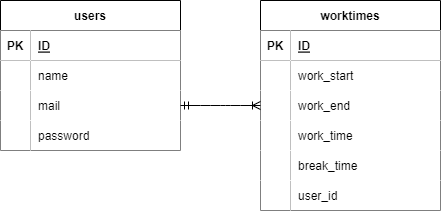
This is src/er.drawio.png from ippei-oki/junior-mock-case, a draw.io export, as it was before one commit. Source tidied: cells renumbered, new cells last; positions are measured from the earlier drawing's top-left corner, leaving out a move shared by most shapes. The source it was exported from:
```xml
<mxGraphModel>
  <root>
    <mxCell id="0" />
    <mxCell id="1" parent="0" />
    <mxCell id="2" value="users" style="shape=table;startSize=30;rowLines=0;fontStyle=1;align=center;" parent="1" vertex="1">
      <mxGeometry width="180" height="150" as="geometry" />
    </mxCell>
    <mxCell id="3" style="shape=tableRow;horizontal=0;startSize=0;swimlaneHead=0;swimlaneBody=0;fillColor=none;top=0;left=0;right=0;bottom=1;" parent="2" vertex="1">
      <mxGeometry y="30" width="180" height="30" as="geometry" />
    </mxCell>
    <mxCell id="4" value="PK" style="shape=partialRectangle;fillColor=default;top=0;left=0;bottom=0;right=0;fontStyle=1;overflow=hidden;" parent="3" vertex="1">
      <mxGeometry width="30" height="30" as="geometry" />
    </mxCell>
    <mxCell id="5" value="ID" style="shape=partialRectangle;fillColor=default;top=0;left=0;bottom=0;right=0;align=left;spacingLeft=6;fontStyle=5;overflow=hidden;" parent="3" vertex="1">
      <mxGeometry x="30" width="150" height="30" as="geometry" />
    </mxCell>
    <mxCell id="6" style="shape=tableRow;horizontal=0;startSize=0;swimlaneHead=0;swimlaneBody=0;fillColor=none;top=0;left=0;right=0;bottom=0;" parent="2" vertex="1">
      <mxGeometry y="60" width="180" height="30" as="geometry" />
    </mxCell>
    <mxCell id="7" style="shape=partialRectangle;fillColor=default;top=0;left=0;bottom=0;right=0;overflow=hidden;" parent="6" vertex="1">
      <mxGeometry width="30" height="30" as="geometry" />
    </mxCell>
    <mxCell id="8" value="name" style="shape=partialRectangle;fillColor=default;top=0;left=0;bottom=0;right=0;align=left;spacingLeft=6;overflow=hidden;" parent="6" vertex="1">
      <mxGeometry x="30" width="150" height="30" as="geometry" />
    </mxCell>
    <mxCell id="9" style="shape=tableRow;horizontal=0;startSize=0;swimlaneHead=0;swimlaneBody=0;fillColor=none;points=[[0,0.5],[1,0.5]];portConstraint=eastwest;top=0;left=0;right=0;bottom=0;" parent="2" vertex="1">
      <mxGeometry y="90" width="180" height="30" as="geometry" />
    </mxCell>
    <mxCell id="10" style="shape=partialRectangle;fillColor=default;top=0;left=0;bottom=0;right=0;overflow=hidden;" parent="9" vertex="1">
      <mxGeometry width="30" height="30" as="geometry" />
    </mxCell>
    <mxCell id="11" value="mail" style="shape=partialRectangle;fillColor=default;top=0;left=0;bottom=0;right=0;align=left;spacingLeft=6;overflow=hidden;" parent="9" vertex="1">
      <mxGeometry x="30" width="150" height="30" as="geometry" />
    </mxCell>
    <mxCell id="12" style="shape=tableRow;horizontal=0;startSize=0;swimlaneHead=0;swimlaneBody=0;fillColor=none;top=0;left=0;right=0;bottom=0;" parent="2" vertex="1">
      <mxGeometry y="120" width="180" height="30" as="geometry" />
    </mxCell>
    <mxCell id="13" style="shape=partialRectangle;fillColor=default;top=0;left=0;bottom=0;right=0;overflow=hidden;" parent="12" vertex="1">
      <mxGeometry width="30" height="30" as="geometry" />
    </mxCell>
    <mxCell id="14" value="password" style="shape=partialRectangle;fillColor=default;top=0;left=0;bottom=0;right=0;align=left;spacingLeft=6;overflow=hidden;" parent="12" vertex="1">
      <mxGeometry x="30" width="150" height="30" as="geometry" />
    </mxCell>
    <mxCell id="15" value="worktimes" style="shape=table;startSize=30;rowLines=0;fontStyle=1;align=center;" parent="1" vertex="1">
      <mxGeometry x="260" width="180" height="210" as="geometry" />
    </mxCell>
    <mxCell id="16" style="shape=tableRow;horizontal=0;startSize=0;swimlaneHead=0;swimlaneBody=0;fillColor=none;top=0;left=0;right=0;bottom=1;" parent="15" vertex="1">
      <mxGeometry y="30" width="180" height="30" as="geometry" />
    </mxCell>
    <mxCell id="17" value="PK" style="shape=partialRectangle;fillColor=default;top=0;left=0;bottom=0;right=0;fontStyle=1;overflow=hidden;" parent="16" vertex="1">
      <mxGeometry width="30" height="30" as="geometry" />
    </mxCell>
    <mxCell id="18" value="ID" style="shape=partialRectangle;fillColor=default;top=0;left=0;bottom=0;right=0;align=left;spacingLeft=6;fontStyle=5;overflow=hidden;" parent="16" vertex="1">
      <mxGeometry x="30" width="150" height="30" as="geometry" />
    </mxCell>
    <mxCell id="19" style="shape=tableRow;horizontal=0;startSize=0;swimlaneHead=0;swimlaneBody=0;fillColor=none;top=0;left=0;right=0;bottom=0;" parent="15" vertex="1">
      <mxGeometry y="60" width="180" height="30" as="geometry" />
    </mxCell>
    <mxCell id="20" style="shape=partialRectangle;fillColor=default;top=0;left=0;bottom=0;right=0;overflow=hidden;" parent="19" vertex="1">
      <mxGeometry width="30" height="30" as="geometry" />
    </mxCell>
    <mxCell id="21" value="work_start" style="shape=partialRectangle;fillColor=default;top=0;left=0;bottom=0;right=0;align=left;spacingLeft=6;overflow=hidden;" parent="19" vertex="1">
      <mxGeometry x="30" width="150" height="30" as="geometry" />
    </mxCell>
    <mxCell id="22" style="shape=tableRow;horizontal=0;startSize=0;swimlaneHead=0;swimlaneBody=0;fillColor=none;points=[[0,0.5],[1,0.5]];portConstraint=eastwest;top=0;left=0;right=0;bottom=0;" parent="15" vertex="1">
      <mxGeometry y="90" width="180" height="30" as="geometry" />
    </mxCell>
    <mxCell id="23" style="shape=partialRectangle;fillColor=default;top=0;left=0;bottom=0;right=0;overflow=hidden;" parent="22" vertex="1">
      <mxGeometry width="30" height="30" as="geometry" />
    </mxCell>
    <mxCell id="24" value="work_end" style="shape=partialRectangle;fillColor=default;top=0;left=0;bottom=0;right=0;align=left;spacingLeft=6;overflow=hidden;" parent="22" vertex="1">
      <mxGeometry x="30" width="150" height="30" as="geometry" />
    </mxCell>
    <mxCell id="25" style="shape=tableRow;horizontal=0;startSize=0;swimlaneHead=0;swimlaneBody=0;fillColor=none;top=0;left=0;right=0;bottom=0;" parent="15" vertex="1">
      <mxGeometry y="120" width="180" height="30" as="geometry" />
    </mxCell>
    <mxCell id="26" style="shape=partialRectangle;fillColor=default;top=0;left=0;bottom=0;right=0;overflow=hidden;" parent="25" vertex="1">
      <mxGeometry width="30" height="30" as="geometry" />
    </mxCell>
    <mxCell id="27" value="work_time" style="shape=partialRectangle;fillColor=default;top=0;left=0;bottom=0;right=0;align=left;spacingLeft=6;overflow=hidden;" parent="25" vertex="1">
      <mxGeometry x="30" width="150" height="30" as="geometry" />
    </mxCell>
    <mxCell id="28" style="shape=tableRow;horizontal=0;startSize=0;swimlaneHead=0;swimlaneBody=0;fillColor=none;top=0;left=0;right=0;bottom=0;" parent="15" vertex="1">
      <mxGeometry y="150" width="180" height="30" as="geometry" />
    </mxCell>
    <mxCell id="29" style="shape=partialRectangle;fillColor=default;top=0;left=0;bottom=0;right=0;overflow=hidden;" parent="28" vertex="1">
      <mxGeometry width="30" height="30" as="geometry" />
    </mxCell>
    <mxCell id="30" value="break_time" style="shape=partialRectangle;fillColor=default;top=0;left=0;bottom=0;right=0;align=left;spacingLeft=6;overflow=hidden;" parent="28" vertex="1">
      <mxGeometry x="30" width="150" height="30" as="geometry" />
    </mxCell>
    <mxCell id="31" style="shape=tableRow;horizontal=0;startSize=0;swimlaneHead=0;swimlaneBody=0;fillColor=none;top=0;left=0;right=0;bottom=0;" parent="15" vertex="1">
      <mxGeometry y="180" width="180" height="30" as="geometry" />
    </mxCell>
    <mxCell id="32" style="shape=partialRectangle;fillColor=default;top=0;left=0;bottom=0;right=0;overflow=hidden;" parent="31" vertex="1">
      <mxGeometry width="30" height="30" as="geometry" />
    </mxCell>
    <mxCell id="33" value="user_id" style="shape=partialRectangle;fillColor=default;top=0;left=0;bottom=0;right=0;align=left;spacingLeft=6;overflow=hidden;" parent="31" vertex="1">
      <mxGeometry x="30" width="150" height="30" as="geometry" />
    </mxCell>
    <mxCell id="34" style="edgeStyle=entityRelationEdgeStyle;fontSize=12;html=1;endArrow=ERoneToMany;startArrow=ERmandOne;entryX=0;entryY=0.5;entryDx=0;entryDy=0;endFill=0;" parent="1" edge="1" source="9" target="22">
      <mxGeometry relative="1" as="geometry" />
    </mxCell>
  </root>
</mxGraphModel>
```
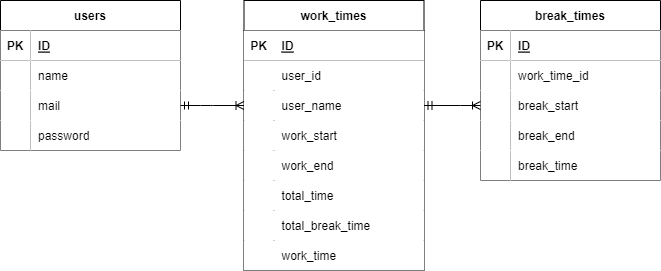
Above is the later version.

Diff of the diagram source:
```diff
@@ -3,7 +3,7 @@
     <mxCell id="0" />
     <mxCell id="1" parent="0" />
     <mxCell id="2" value="users" style="shape=table;startSize=30;rowLines=0;fontStyle=1;align=center;" parent="1" vertex="1">
-      <mxGeometry width="180" height="150" as="geometry" />
+      <mxGeometry x="-180" y="10" width="180" height="150" as="geometry" />
     </mxCell>
     <mxCell id="3" style="shape=tableRow;horizontal=0;startSize=0;swimlaneHead=0;swimlaneBody=0;fillColor=none;top=0;left=0;right=0;bottom=1;" parent="2" vertex="1">
       <mxGeometry y="30" width="180" height="30" as="geometry" />
@@ -41,8 +41,8 @@
     <mxCell id="14" value="password" style="shape=partialRectangle;fillColor=default;top=0;left=0;bottom=0;right=0;align=left;spacingLeft=6;overflow=hidden;" parent="12" vertex="1">
       <mxGeometry x="30" width="150" height="30" as="geometry" />
     </mxCell>
-    <mxCell id="15" value="worktimes" style="shape=table;startSize=30;rowLines=0;fontStyle=1;align=center;" parent="1" vertex="1">
-      <mxGeometry x="260" width="180" height="210" as="geometry" />
+    <mxCell id="15" value="work_times" style="shape=table;startSize=30;rowLines=0;fontStyle=1;align=center;" parent="1" vertex="1">
+      <mxGeometry x="63.5" y="10" width="180" height="270" as="geometry" />
     </mxCell>
     <mxCell id="16" style="shape=tableRow;horizontal=0;startSize=0;swimlaneHead=0;swimlaneBody=0;fillColor=none;top=0;left=0;right=0;bottom=1;" parent="15" vertex="1">
       <mxGeometry y="30" width="180" height="30" as="geometry" />
@@ -53,8 +53,26 @@
     <mxCell id="18" value="ID" style="shape=partialRectangle;fillColor=default;top=0;left=0;bottom=0;right=0;align=left;spacingLeft=6;fontStyle=5;overflow=hidden;" parent="16" vertex="1">
       <mxGeometry x="30" width="150" height="30" as="geometry" />
     </mxCell>
+    <mxCell id="35" style="shape=tableRow;horizontal=0;startSize=0;swimlaneHead=0;swimlaneBody=0;fillColor=none;top=0;left=0;right=0;bottom=0;" parent="15" vertex="1">
+      <mxGeometry y="60" width="180" height="30" as="geometry" />
+    </mxCell>
+    <mxCell id="36" style="shape=partialRectangle;fillColor=default;top=0;left=0;bottom=0;right=0;overflow=hidden;" parent="35" vertex="1">
+      <mxGeometry width="30" height="30" as="geometry" />
+    </mxCell>
+    <mxCell id="37" value="user_id" style="shape=partialRectangle;fillColor=default;top=0;left=0;bottom=0;right=0;align=left;spacingLeft=6;overflow=hidden;" parent="35" vertex="1">
+      <mxGeometry x="30" width="150" height="30" as="geometry" />
+    </mxCell>
+    <mxCell id="38" style="shape=tableRow;horizontal=0;startSize=0;swimlaneHead=0;swimlaneBody=0;fillColor=none;points=[[0,0.5],[1,0.5]];portConstraint=eastwest;top=0;left=0;right=0;bottom=0;" parent="15" vertex="1">
+      <mxGeometry y="90" width="180" height="30" as="geometry" />
+    </mxCell>
+    <mxCell id="39" style="shape=partialRectangle;fillColor=default;top=0;left=0;bottom=0;right=0;overflow=hidden;" parent="38" vertex="1">
+      <mxGeometry width="30" height="30" as="geometry" />
+    </mxCell>
+    <mxCell id="40" value="user_name" style="shape=partialRectangle;fillColor=default;top=0;left=0;bottom=0;right=0;align=left;spacingLeft=6;overflow=hidden;" parent="38" vertex="1">
+      <mxGeometry x="30" width="150" height="30" as="geometry" />
+    </mxCell>
     <mxCell id="19" style="shape=tableRow;horizontal=0;startSize=0;swimlaneHead=0;swimlaneBody=0;fillColor=none;top=0;left=0;right=0;bottom=0;" parent="15" vertex="1">
-      <mxGeometry y="60" width="180" height="30" as="geometry" />
+      <mxGeometry y="120" width="180" height="30" as="geometry" />
     </mxCell>
     <mxCell id="20" style="shape=partialRectangle;fillColor=default;top=0;left=0;bottom=0;right=0;overflow=hidden;" parent="19" vertex="1">
       <mxGeometry width="30" height="30" as="geometry" />
@@ -63,7 +81,7 @@
       <mxGeometry x="30" width="150" height="30" as="geometry" />
     </mxCell>
     <mxCell id="22" style="shape=tableRow;horizontal=0;startSize=0;swimlaneHead=0;swimlaneBody=0;fillColor=none;points=[[0,0.5],[1,0.5]];portConstraint=eastwest;top=0;left=0;right=0;bottom=0;" parent="15" vertex="1">
-      <mxGeometry y="90" width="180" height="30" as="geometry" />
+      <mxGeometry y="150" width="180" height="30" as="geometry" />
     </mxCell>
     <mxCell id="23" style="shape=partialRectangle;fillColor=default;top=0;left=0;bottom=0;right=0;overflow=hidden;" parent="22" vertex="1">
       <mxGeometry width="30" height="30" as="geometry" />
@@ -72,34 +90,85 @@
       <mxGeometry x="30" width="150" height="30" as="geometry" />
     </mxCell>
     <mxCell id="25" style="shape=tableRow;horizontal=0;startSize=0;swimlaneHead=0;swimlaneBody=0;fillColor=none;top=0;left=0;right=0;bottom=0;" parent="15" vertex="1">
-      <mxGeometry y="120" width="180" height="30" as="geometry" />
+      <mxGeometry y="180" width="180" height="30" as="geometry" />
     </mxCell>
     <mxCell id="26" style="shape=partialRectangle;fillColor=default;top=0;left=0;bottom=0;right=0;overflow=hidden;" parent="25" vertex="1">
       <mxGeometry width="30" height="30" as="geometry" />
     </mxCell>
-    <mxCell id="27" value="work_time" style="shape=partialRectangle;fillColor=default;top=0;left=0;bottom=0;right=0;align=left;spacingLeft=6;overflow=hidden;" parent="25" vertex="1">
+    <mxCell id="27" value="total_time" style="shape=partialRectangle;fillColor=default;top=0;left=0;bottom=0;right=0;align=left;spacingLeft=6;overflow=hidden;" parent="25" vertex="1">
       <mxGeometry x="30" width="150" height="30" as="geometry" />
     </mxCell>
     <mxCell id="28" style="shape=tableRow;horizontal=0;startSize=0;swimlaneHead=0;swimlaneBody=0;fillColor=none;top=0;left=0;right=0;bottom=0;" parent="15" vertex="1">
-      <mxGeometry y="150" width="180" height="30" as="geometry" />
+      <mxGeometry y="210" width="180" height="30" as="geometry" />
     </mxCell>
     <mxCell id="29" style="shape=partialRectangle;fillColor=default;top=0;left=0;bottom=0;right=0;overflow=hidden;" parent="28" vertex="1">
       <mxGeometry width="30" height="30" as="geometry" />
     </mxCell>
-    <mxCell id="30" value="break_time" style="shape=partialRectangle;fillColor=default;top=0;left=0;bottom=0;right=0;align=left;spacingLeft=6;overflow=hidden;" parent="28" vertex="1">
+    <mxCell id="30" value="total_break_time" style="shape=partialRectangle;fillColor=default;top=0;left=0;bottom=0;right=0;align=left;spacingLeft=6;overflow=hidden;" parent="28" vertex="1">
       <mxGeometry x="30" width="150" height="30" as="geometry" />
     </mxCell>
     <mxCell id="31" style="shape=tableRow;horizontal=0;startSize=0;swimlaneHead=0;swimlaneBody=0;fillColor=none;top=0;left=0;right=0;bottom=0;" parent="15" vertex="1">
-      <mxGeometry y="180" width="180" height="30" as="geometry" />
+      <mxGeometry y="240" width="180" height="30" as="geometry" />
     </mxCell>
     <mxCell id="32" style="shape=partialRectangle;fillColor=default;top=0;left=0;bottom=0;right=0;overflow=hidden;" parent="31" vertex="1">
       <mxGeometry width="30" height="30" as="geometry" />
     </mxCell>
-    <mxCell id="33" value="user_id" style="shape=partialRectangle;fillColor=default;top=0;left=0;bottom=0;right=0;align=left;spacingLeft=6;overflow=hidden;" parent="31" vertex="1">
+    <mxCell id="33" value="work_time" style="shape=partialRectangle;fillColor=default;top=0;left=0;bottom=0;right=0;align=left;spacingLeft=6;overflow=hidden;" parent="31" vertex="1">
       <mxGeometry x="30" width="150" height="30" as="geometry" />
     </mxCell>
-    <mxCell id="34" style="edgeStyle=entityRelationEdgeStyle;fontSize=12;html=1;endArrow=ERoneToMany;startArrow=ERmandOne;entryX=0;entryY=0.5;entryDx=0;entryDy=0;endFill=0;" parent="1" edge="1" source="9" target="22">
+    <mxCell id="34" style="edgeStyle=entityRelationEdgeStyle;fontSize=12;html=1;endArrow=ERoneToMany;startArrow=ERmandOne;entryX=0;entryY=0.5;entryDx=0;entryDy=0;endFill=0;" parent="1" edge="1" source="9" target="38">
       <mxGeometry relative="1" as="geometry" />
     </mxCell>
+    <mxCell id="41" value="break_times" style="shape=table;startSize=30;rowLines=0;fontStyle=1;align=center;" parent="1" vertex="1">
+      <mxGeometry x="300" y="10" width="180" height="180" as="geometry" />
+    </mxCell>
+    <mxCell id="42" style="shape=tableRow;horizontal=0;startSize=0;swimlaneHead=0;swimlaneBody=0;fillColor=none;top=0;left=0;right=0;bottom=1;" parent="41" vertex="1">
+      <mxGeometry y="30" width="180" height="30" as="geometry" />
+    </mxCell>
+    <mxCell id="43" value="PK" style="shape=partialRectangle;fillColor=default;top=0;left=0;bottom=0;right=0;fontStyle=1;overflow=hidden;" parent="42" vertex="1">
+      <mxGeometry width="30" height="30" as="geometry" />
+    </mxCell>
+    <mxCell id="44" value="ID" style="shape=partialRectangle;fillColor=default;top=0;left=0;bottom=0;right=0;align=left;spacingLeft=6;fontStyle=5;overflow=hidden;" parent="42" vertex="1">
+      <mxGeometry x="30" width="150" height="30" as="geometry" />
+    </mxCell>
+    <mxCell id="45" style="shape=tableRow;horizontal=0;startSize=0;swimlaneHead=0;swimlaneBody=0;fillColor=none;top=0;left=0;right=0;bottom=0;" parent="41" vertex="1">
+      <mxGeometry y="60" width="180" height="30" as="geometry" />
+    </mxCell>
+    <mxCell id="46" style="shape=partialRectangle;fillColor=default;top=0;left=0;bottom=0;right=0;overflow=hidden;" parent="45" vertex="1">
+      <mxGeometry width="30" height="30" as="geometry" />
+    </mxCell>
+    <mxCell id="47" value="work_time_id" style="shape=partialRectangle;fillColor=default;top=0;left=0;bottom=0;right=0;align=left;spacingLeft=6;overflow=hidden;" parent="45" vertex="1">
+      <mxGeometry x="30" width="150" height="30" as="geometry" />
+    </mxCell>
+    <mxCell id="48" style="shape=tableRow;horizontal=0;startSize=0;swimlaneHead=0;swimlaneBody=0;fillColor=none;points=[[0,0.5],[1,0.5]];portConstraint=eastwest;top=0;left=0;right=0;bottom=0;" parent="41" vertex="1">
+      <mxGeometry y="90" width="180" height="30" as="geometry" />
+    </mxCell>
+    <mxCell id="49" style="shape=partialRectangle;fillColor=default;top=0;left=0;bottom=0;right=0;overflow=hidden;" parent="48" vertex="1">
+      <mxGeometry width="30" height="30" as="geometry" />
+    </mxCell>
+    <mxCell id="50" value="break_start" style="shape=partialRectangle;fillColor=default;top=0;left=0;bottom=0;right=0;align=left;spacingLeft=6;overflow=hidden;" parent="48" vertex="1">
+      <mxGeometry x="30" width="150" height="30" as="geometry" />
+    </mxCell>
+    <mxCell id="51" style="shape=tableRow;horizontal=0;startSize=0;swimlaneHead=0;swimlaneBody=0;fillColor=none;top=0;left=0;right=0;bottom=0;" parent="41" vertex="1">
+      <mxGeometry y="120" width="180" height="30" as="geometry" />
+    </mxCell>
+    <mxCell id="52" style="shape=partialRectangle;fillColor=default;top=0;left=0;bottom=0;right=0;overflow=hidden;" parent="51" vertex="1">
+      <mxGeometry width="30" height="30" as="geometry" />
+    </mxCell>
+    <mxCell id="53" value="break_end" style="shape=partialRectangle;fillColor=default;top=0;left=0;bottom=0;right=0;align=left;spacingLeft=6;overflow=hidden;" parent="51" vertex="1">
+      <mxGeometry x="30" width="150" height="30" as="geometry" />
+    </mxCell>
+    <mxCell id="54" style="shape=tableRow;horizontal=0;startSize=0;swimlaneHead=0;swimlaneBody=0;fillColor=none;top=0;left=0;right=0;bottom=0;" parent="41" vertex="1">
+      <mxGeometry y="150" width="180" height="30" as="geometry" />
+    </mxCell>
+    <mxCell id="55" style="shape=partialRectangle;fillColor=default;top=0;left=0;bottom=0;right=0;overflow=hidden;" parent="54" vertex="1">
+      <mxGeometry width="30" height="30" as="geometry" />
+    </mxCell>
+    <mxCell id="56" value="break_time" style="shape=partialRectangle;fillColor=default;top=0;left=0;bottom=0;right=0;align=left;spacingLeft=6;overflow=hidden;" parent="54" vertex="1">
+      <mxGeometry x="30" width="150" height="30" as="geometry" />
+    </mxCell>
+    <mxCell id="57" style="edgeStyle=entityRelationEdgeStyle;fontSize=12;html=1;endArrow=ERoneToMany;startArrow=ERmandOne;exitX=1;exitY=0.5;exitDx=0;exitDy=0;entryX=0;entryY=0.5;entryDx=0;entryDy=0;" parent="1" edge="1" source="38" target="48">
+      <mxGeometry relative="1" as="geometry" />
+    </mxCell>
   </root>
 </mxGraphModel>
```
